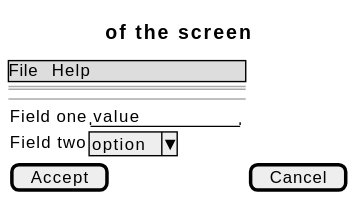
Above: docs/01-requirements/use-cases/deleteActivity/wireframes.svg in didactika/kampus (PlantUML), before the change. Its diagram source:
```plantuml
@startsalt
{
  {* File | Help }
  ==
  Title of the screen
  --
  {
    Field one | "value        "
    Field two | ^option^
  }
  [ Accept ] | [ Cancel ]
}
@endsalt
```
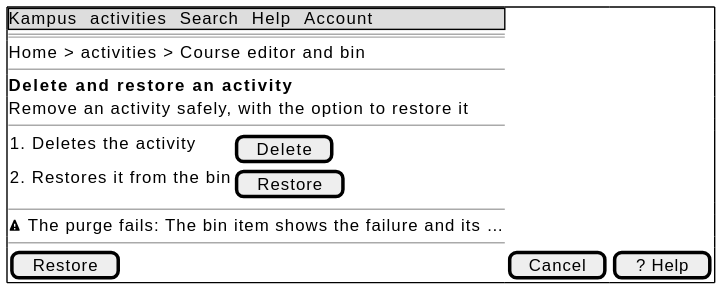
The same file after the commit.

What changed in the source:
```diff
@@ -1,13 +1,19 @@
 @startsalt
-{
-  {* File | Help }
+{+
+  {* Kampus | activities | Search | Help | Account }
   ==
-  Title of the screen
+  Home > activities > Course editor and bin
+  --
+  <b>Delete and restore an activity
+  Remove an activity safely, with the option to restore it
   --
   {
-    Field one | "value        "
-    Field two | ^option^
+    1. Deletes the activity | [ Delete ]
+    2. Restores it from the bin | [ Restore ]
   }
-  [ Accept ] | [ Cancel ]
+  --
+  <&warning> The purge fails: The bin item shows the failure and its …
+  --
+  [ Restore ] | [ Cancel ] | [ ? Help ]
 }
 @endsalt
```
